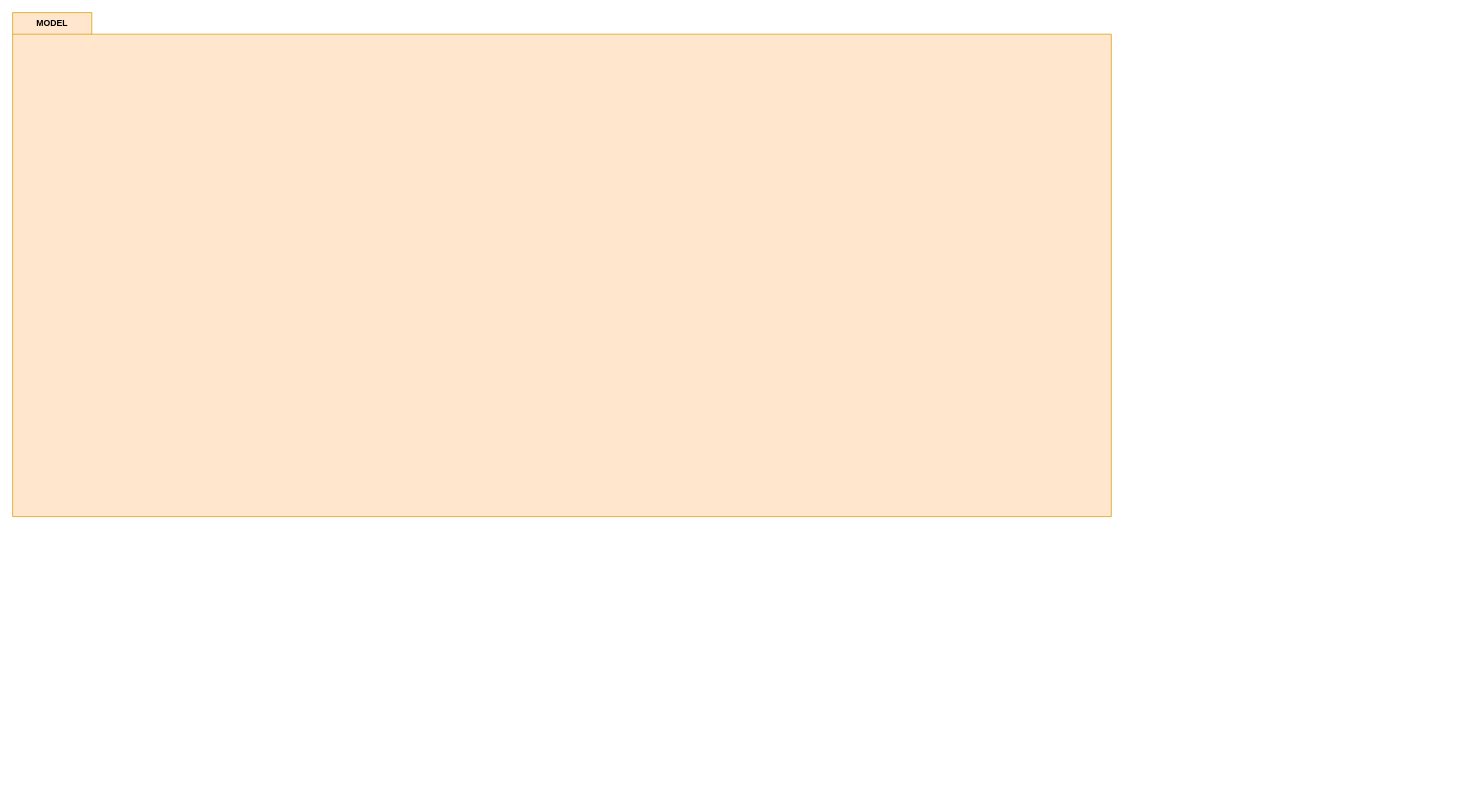
The draw.io diagram DELIVERIES/UML iniziale MODEL.drawio in CossuFabio/IS26-AM31, before the edit. Source tidied: cells renumbered, new cells numbered last; positions are measured from the earlier drawing's top-left corner, leaving out a move shared by most shapes. Both pictures are drawn from the tidied source at 72%, with x=0, y=0 at pixel (12, 12).
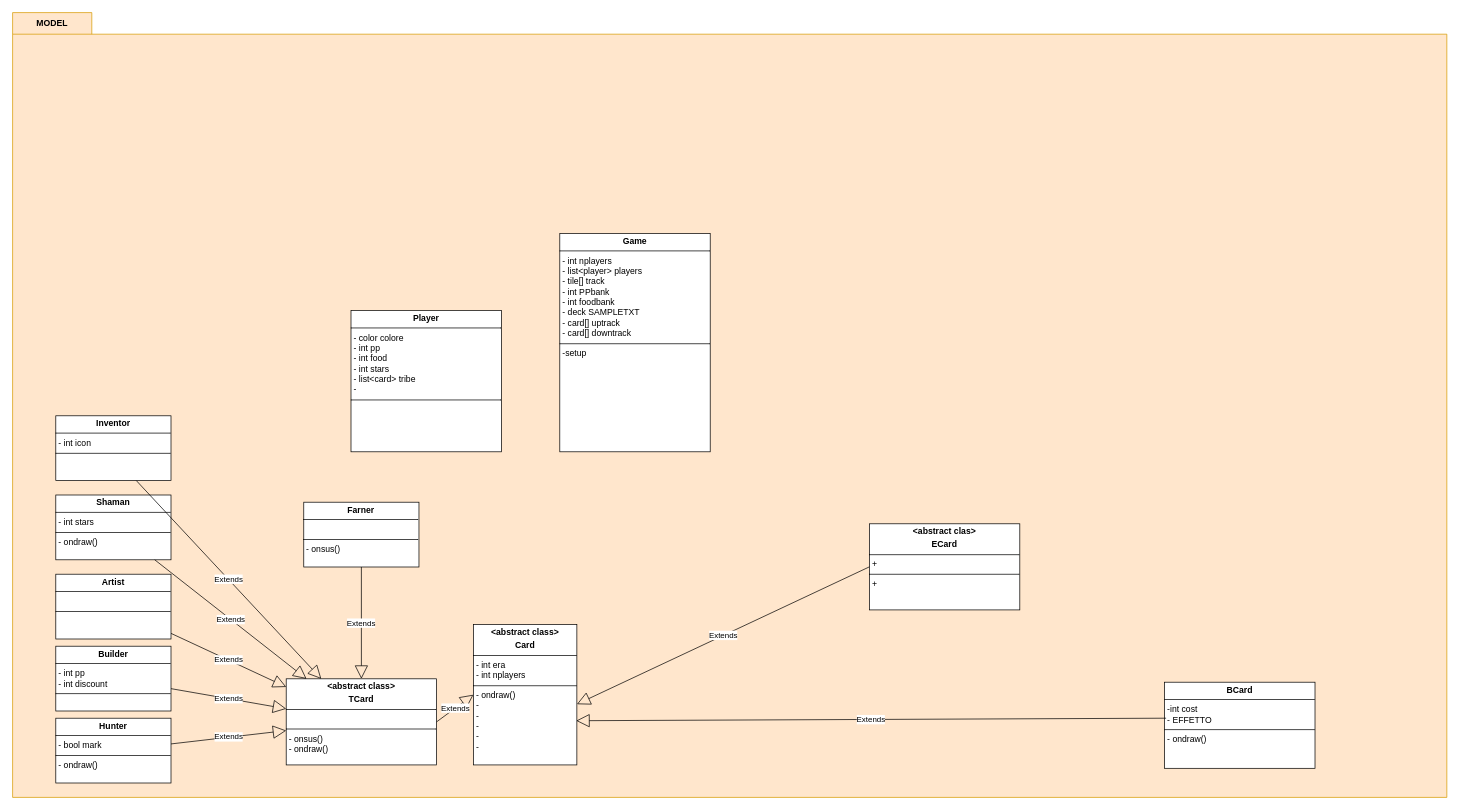
After the change.

Commit message:
Creazione basi model

The edit, as a diff of the source:
```diff
@@
     <mxCell id="2" value="MODEL" style="shape=folder;fontStyle=1;tabWidth=110;tabHeight=30;tabPosition=left;html=1;boundedLbl=1;labelInHeader=1;whiteSpace=wrap;fillColor=#ffe6cc;strokeColor=#d79b00;" parent="1" vertex="1">
-      <mxGeometry width="1526" height="700" as="geometry" />
+      <mxGeometry width="1992" height="1090" as="geometry" />
     </mxCell>
     <mxCell id="3" style="html=1;strokeColor=none;fillColor=none;whiteSpace=wrap;" parent="2" vertex="1">
-      <mxGeometry width="1526" height="490" relative="1" as="geometry">
+      <mxGeometry width="1992" height="763" relative="1" as="geometry">
         <mxPoint y="30" as="offset" />
       </mxGeometry>
     </mxCell>
+    <mxCell id="4" value="&lt;p style=&quot;margin:0px;margin-top:4px;text-align:center;&quot;&gt;&lt;b&gt;Game&lt;/b&gt;&lt;/p&gt;&lt;hr size=&quot;1&quot; style=&quot;border-style:solid;&quot;&gt;&lt;p style=&quot;margin:0px;margin-left:4px;&quot;&gt;- int nplayers&lt;/p&gt;&lt;p style=&quot;margin:0px;margin-left:4px;&quot;&gt;- list&amp;lt;player&amp;gt; players&lt;/p&gt;&lt;p style=&quot;margin:0px;margin-left:4px;&quot;&gt;- tile[] track&lt;/p&gt;&lt;p style=&quot;margin:0px;margin-left:4px;&quot;&gt;- int PPbank&lt;/p&gt;&lt;p style=&quot;margin:0px;margin-left:4px;&quot;&gt;- int foodbank&lt;/p&gt;&lt;p style=&quot;margin:0px;margin-left:4px;&quot;&gt;- deck SAMPLETXT&lt;/p&gt;&lt;p style=&quot;margin:0px;margin-left:4px;&quot;&gt;- card[] uptrack&amp;nbsp;&lt;/p&gt;&lt;p style=&quot;margin:0px;margin-left:4px;&quot;&gt;- card[] downtrack&lt;/p&gt;&lt;hr size=&quot;1&quot; style=&quot;border-style:solid;&quot;&gt;&lt;p style=&quot;margin:0px;margin-left:4px;&quot;&gt;-setup&lt;/p&gt;" style="verticalAlign=top;align=left;overflow=fill;html=1;whiteSpace=wrap;" parent="2" vertex="1">
+      <mxGeometry x="760" y="306.9" width="208.9" height="303.1" as="geometry" />
+    </mxCell>
+    <mxCell id="5" value="&lt;p style=&quot;margin:0px;margin-top:4px;text-align:center;&quot;&gt;&lt;b&gt;Player&lt;/b&gt;&lt;/p&gt;&lt;hr size=&quot;1&quot; style=&quot;border-style:solid;&quot;&gt;&lt;p style=&quot;margin:0px;margin-left:4px;&quot;&gt;- color colore&lt;/p&gt;&lt;p style=&quot;margin:0px;margin-left:4px;&quot;&gt;- int pp&lt;/p&gt;&lt;p style=&quot;margin:0px;margin-left:4px;&quot;&gt;- int food&lt;/p&gt;&lt;p style=&quot;margin:0px;margin-left:4px;&quot;&gt;- int stars&lt;/p&gt;&lt;p style=&quot;margin:0px;margin-left:4px;&quot;&gt;-&amp;nbsp;&lt;span style=&quot;background-color: transparent; color: light-dark(rgb(0, 0, 0), rgb(255, 255, 255));&quot;&gt;list&amp;lt;card&amp;gt; tribe&lt;/span&gt;&lt;/p&gt;&lt;p style=&quot;margin:0px;margin-left:4px;&quot;&gt;-&amp;nbsp;&lt;/p&gt;&lt;hr size=&quot;1&quot; style=&quot;border-style:solid;&quot;&gt;&lt;p style=&quot;margin:0px;margin-left:4px;&quot;&gt;&lt;br&gt;&lt;/p&gt;" style="verticalAlign=top;align=left;overflow=fill;html=1;whiteSpace=wrap;" parent="2" vertex="1">
+      <mxGeometry x="470" y="413.7" width="208.9" height="196.3" as="geometry" />
+    </mxCell>
+    <mxCell id="6" value="&lt;p style=&quot;margin:0px;margin-top:4px;text-align:center;&quot;&gt;&lt;b&gt;&amp;lt;abstract class&amp;gt;&lt;/b&gt;&lt;/p&gt;&lt;p style=&quot;margin:0px;margin-top:4px;text-align:center;&quot;&gt;&lt;b&gt;Card&lt;/b&gt;&lt;/p&gt;&lt;hr size=&quot;1&quot; style=&quot;border-style:solid;&quot;&gt;&lt;p style=&quot;margin:0px;margin-left:4px;&quot;&gt;- int era&lt;/p&gt;&lt;p style=&quot;margin:0px;margin-left:4px;&quot;&gt;- int nplayers&lt;/p&gt;&lt;hr size=&quot;1&quot; style=&quot;border-style:solid;&quot;&gt;&lt;p style=&quot;margin:0px;margin-left:4px;&quot;&gt;- ondraw()&lt;/p&gt;&lt;p style=&quot;margin:0px;margin-left:4px;&quot;&gt;-&amp;nbsp;&lt;/p&gt;&lt;p style=&quot;margin:0px;margin-left:4px;&quot;&gt;-&lt;/p&gt;&lt;p style=&quot;margin:0px;margin-left:4px;&quot;&gt;-&lt;/p&gt;&lt;p style=&quot;margin:0px;margin-left:4px;&quot;&gt;-&lt;/p&gt;&lt;p style=&quot;margin:0px;margin-left:4px;&quot;&gt;-&lt;/p&gt;&lt;p style=&quot;margin:0px;margin-left:4px;&quot;&gt;&lt;br&gt;&lt;br&gt;&lt;/p&gt;" style="verticalAlign=top;align=left;overflow=fill;html=1;whiteSpace=wrap;" parent="2" vertex="1">
+      <mxGeometry x="640" y="850" width="143.7" height="194.9" as="geometry" />
+    </mxCell>
+    <mxCell id="7" value="&lt;p style=&quot;margin:0px;margin-top:4px;text-align:center;&quot;&gt;&lt;b&gt;&amp;lt;abstract class&amp;gt;&lt;/b&gt;&lt;/p&gt;&lt;p style=&quot;margin:0px;margin-top:4px;text-align:center;&quot;&gt;&lt;b&gt;TCard&lt;/b&gt;&lt;/p&gt;&lt;hr size=&quot;1&quot; style=&quot;border-style:solid;&quot;&gt;&lt;p style=&quot;margin:0px;margin-left:4px;&quot;&gt;&lt;br&gt;&lt;/p&gt;&lt;hr size=&quot;1&quot; style=&quot;border-style:solid;&quot;&gt;&lt;p style=&quot;margin:0px;margin-left:4px;&quot;&gt;- onsus()&lt;/p&gt;&lt;p style=&quot;margin:0px;margin-left:4px;&quot;&gt;- ondraw()&lt;/p&gt;&lt;p style=&quot;margin:0px;margin-left:4px;&quot;&gt;&lt;br&gt;&lt;/p&gt;" style="verticalAlign=top;align=left;overflow=fill;html=1;whiteSpace=wrap;" parent="2" vertex="1">
+      <mxGeometry x="380" y="925.3" width="208.9" height="119.6" as="geometry" />
+    </mxCell>
+    <mxCell id="8" value="&lt;p style=&quot;margin:0px;margin-top:4px;text-align:center;&quot;&gt;&lt;b&gt;&amp;lt;abstract clas&amp;gt;&lt;/b&gt;&lt;/p&gt;&lt;p style=&quot;margin:0px;margin-top:4px;text-align:center;&quot;&gt;&lt;b&gt;ECard&lt;/b&gt;&lt;/p&gt;&lt;hr size=&quot;1&quot; style=&quot;border-style:solid;&quot;&gt;&lt;p style=&quot;margin:0px;margin-left:4px;&quot;&gt;+&amp;nbsp;&lt;/p&gt;&lt;hr size=&quot;1&quot; style=&quot;border-style:solid;&quot;&gt;&lt;p style=&quot;margin:0px;margin-left:4px;&quot;&gt;+&amp;nbsp;&lt;/p&gt;" style="verticalAlign=top;align=left;overflow=fill;html=1;whiteSpace=wrap;" parent="2" vertex="1">
+      <mxGeometry x="1190" y="710" width="208.9" height="119.6" as="geometry" />
+    </mxCell>
+    <mxCell id="9" value="&lt;p style=&quot;margin:0px;margin-top:4px;text-align:center;&quot;&gt;&lt;b style=&quot;background-color: transparent; color: light-dark(rgb(0, 0, 0), rgb(255, 255, 255));&quot;&gt;BCard&lt;/b&gt;&lt;/p&gt;&lt;hr size=&quot;1&quot; style=&quot;border-style:solid;&quot;&gt;&lt;p style=&quot;margin:0px;margin-left:4px;&quot;&gt;-int cost&lt;/p&gt;&lt;p style=&quot;margin:0px;margin-left:4px;&quot;&gt;- EFFETTO&lt;/p&gt;&lt;hr size=&quot;1&quot; style=&quot;border-style:solid;&quot;&gt;&lt;p style=&quot;margin:0px;margin-left:4px;&quot;&gt;- ondraw()&lt;/p&gt;" style="verticalAlign=top;align=left;overflow=fill;html=1;whiteSpace=wrap;" parent="2" vertex="1">
+      <mxGeometry x="1600" y="930" width="208.9" height="119.6" as="geometry" />
+    </mxCell>
+    <mxCell id="10" value="&lt;p style=&quot;margin:0px;margin-top:4px;text-align:center;&quot;&gt;&lt;b&gt;Shaman&lt;/b&gt;&lt;/p&gt;&lt;hr size=&quot;1&quot; style=&quot;border-style:solid;&quot;&gt;&lt;p style=&quot;margin:0px;margin-left:4px;&quot;&gt;- int stars&lt;/p&gt;&lt;hr size=&quot;1&quot; style=&quot;border-style:solid;&quot;&gt;&lt;p style=&quot;margin:0px;margin-left:4px;&quot;&gt;- ondraw()&lt;/p&gt;" style="verticalAlign=top;align=left;overflow=fill;html=1;whiteSpace=wrap;" parent="2" vertex="1">
+      <mxGeometry x="60" y="670" width="160" height="90" as="geometry" />
+    </mxCell>
+    <mxCell id="11" value="&lt;p style=&quot;margin:0px;margin-top:4px;text-align:center;&quot;&gt;&lt;b&gt;Hunter&lt;/b&gt;&lt;/p&gt;&lt;hr size=&quot;1&quot; style=&quot;border-style:solid;&quot;&gt;&lt;p style=&quot;margin:0px;margin-left:4px;&quot;&gt;- bool mark&lt;/p&gt;&lt;hr size=&quot;1&quot; style=&quot;border-style:solid;&quot;&gt;&lt;p style=&quot;margin:0px;margin-left:4px;&quot;&gt;- ondraw()&lt;/p&gt;" style="verticalAlign=top;align=left;overflow=fill;html=1;whiteSpace=wrap;" parent="2" vertex="1">
+      <mxGeometry x="60" y="980" width="160" height="90" as="geometry" />
+    </mxCell>
+    <mxCell id="12" value="&lt;p style=&quot;margin:0px;margin-top:4px;text-align:center;&quot;&gt;&lt;b&gt;Artist&lt;/b&gt;&lt;/p&gt;&lt;hr size=&quot;1&quot; style=&quot;border-style:solid;&quot;&gt;&lt;p style=&quot;margin:0px;margin-left:4px;&quot;&gt;&lt;br&gt;&lt;/p&gt;&lt;hr size=&quot;1&quot; style=&quot;border-style:solid;&quot;&gt;&lt;p style=&quot;margin:0px;margin-left:4px;&quot;&gt;&lt;br&gt;&lt;/p&gt;" style="verticalAlign=top;align=left;overflow=fill;html=1;whiteSpace=wrap;" parent="2" vertex="1">
+      <mxGeometry x="60" y="780" width="160" height="90" as="geometry" />
+    </mxCell>
+    <mxCell id="13" value="&lt;p style=&quot;margin:0px;margin-top:4px;text-align:center;&quot;&gt;&lt;b&gt;Builder&lt;/b&gt;&lt;/p&gt;&lt;hr size=&quot;1&quot; style=&quot;border-style:solid;&quot;&gt;&lt;p style=&quot;margin:0px;margin-left:4px;&quot;&gt;- int pp&lt;/p&gt;&lt;p style=&quot;margin:0px;margin-left:4px;&quot;&gt;- int discount&lt;/p&gt;&lt;hr size=&quot;1&quot; style=&quot;border-style:solid;&quot;&gt;&lt;p style=&quot;margin:0px;margin-left:4px;&quot;&gt;&lt;br&gt;&lt;/p&gt;" style="verticalAlign=top;align=left;overflow=fill;html=1;whiteSpace=wrap;" parent="2" vertex="1">
+      <mxGeometry x="60" y="880" width="160" height="90" as="geometry" />
+    </mxCell>
+    <mxCell id="14" value="&lt;p style=&quot;margin:0px;margin-top:4px;text-align:center;&quot;&gt;&lt;b&gt;Inventor&lt;/b&gt;&lt;/p&gt;&lt;hr size=&quot;1&quot; style=&quot;border-style:solid;&quot;&gt;&lt;p style=&quot;margin:0px;margin-left:4px;&quot;&gt;- int icon&lt;/p&gt;&lt;hr size=&quot;1&quot; style=&quot;border-style:solid;&quot;&gt;&lt;p style=&quot;margin:0px;margin-left:4px;&quot;&gt;&lt;br&gt;&lt;/p&gt;" style="verticalAlign=top;align=left;overflow=fill;html=1;whiteSpace=wrap;" parent="2" vertex="1">
+      <mxGeometry x="60" y="560" width="160" height="90" as="geometry" />
+    </mxCell>
+    <mxCell id="15" value="&lt;p style=&quot;margin:0px;margin-top:4px;text-align:center;&quot;&gt;&lt;b&gt;Farner&lt;/b&gt;&lt;/p&gt;&lt;hr size=&quot;1&quot; style=&quot;border-style:solid;&quot;&gt;&lt;p style=&quot;margin:0px;margin-left:4px;&quot;&gt;&lt;br&gt;&lt;/p&gt;&lt;hr size=&quot;1&quot; style=&quot;border-style:solid;&quot;&gt;&lt;p style=&quot;margin:0px;margin-left:4px;&quot;&gt;- onsus()&amp;nbsp;&lt;/p&gt;" style="verticalAlign=top;align=left;overflow=fill;html=1;whiteSpace=wrap;" parent="2" vertex="1">
+      <mxGeometry x="404.4" y="680" width="160" height="90" as="geometry" />
+    </mxCell>
+    <mxCell id="16" value="Extends" style="endArrow=block;endSize=16;endFill=0;html=1;rounded=0;exitX=0.699;exitY=1;exitDx=0;exitDy=0;exitPerimeter=0;" parent="2" edge="1" source="14" target="7">
+      <mxGeometry relative="1" as="geometry" />
+    </mxCell>
+    <mxCell id="17" value="Extends" style="endArrow=block;endSize=16;endFill=0;html=1;rounded=0;" parent="2" edge="1" source="15" target="7">
+      <mxGeometry relative="1" as="geometry" />
+    </mxCell>
+    <mxCell id="18" value="Extends" style="endArrow=block;endSize=16;endFill=0;html=1;rounded=0;" parent="2" edge="1" source="10" target="7">
+      <mxGeometry relative="1" as="geometry" />
+    </mxCell>
+    <mxCell id="19" value="Extends" style="endArrow=block;endSize=16;endFill=0;html=1;rounded=0;" parent="2" edge="1" source="12" target="7">
+      <mxGeometry relative="1" as="geometry" />
+    </mxCell>
+    <mxCell id="20" value="Extends" style="endArrow=block;endSize=16;endFill=0;html=1;rounded=0;" parent="2" edge="1" source="13" target="7">
+      <mxGeometry relative="1" as="geometry" />
+    </mxCell>
+    <mxCell id="21" value="Extends" style="endArrow=block;endSize=16;endFill=0;html=1;rounded=0;" parent="2" edge="1" source="11" target="7">
+      <mxGeometry relative="1" as="geometry" />
+    </mxCell>
+    <mxCell id="22" value="Extends" style="endArrow=block;endSize=16;endFill=0;html=1;rounded=0;exitX=1;exitY=0.5;exitDx=0;exitDy=0;entryX=0;entryY=0.5;entryDx=0;entryDy=0;" parent="2" edge="1" source="7" target="6">
+      <mxGeometry relative="1" as="geometry" />
+    </mxCell>
+    <mxCell id="23" value="Extends" style="endArrow=block;endSize=16;endFill=0;html=1;rounded=0;exitX=0;exitY=0.5;exitDx=0;exitDy=0;entryX=1.001;entryY=0.567;entryDx=0;entryDy=0;entryPerimeter=0;" parent="2" edge="1" source="8" target="6">
+      <mxGeometry relative="1" as="geometry" />
+    </mxCell>
+    <mxCell id="24" value="Extends" style="endArrow=block;endSize=16;endFill=0;html=1;rounded=0;exitX=0.01;exitY=0.418;exitDx=0;exitDy=0;exitPerimeter=0;entryX=0.994;entryY=0.685;entryDx=0;entryDy=0;entryPerimeter=0;" parent="2" edge="1" source="9" target="6">
+      <mxGeometry relative="1" as="geometry" />
+    </mxCell>
```
